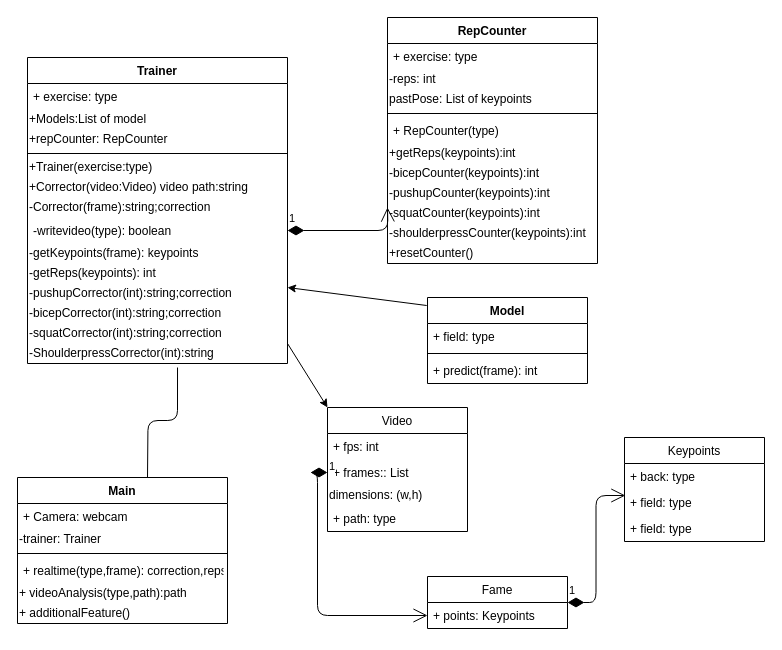
Earlier version of the draw.io diagram Untitled Diagram.drawio (JaviCamp-V/Homefitness-Ja). Source tidied: cells renumbered, new cells numbered last; positions are measured from the earlier drawing's top-left corner, leaving out a move shared by most shapes. Both pictures are drawn from the tidied source at 100%, with x=0, y=0 at pixel (17, 17).
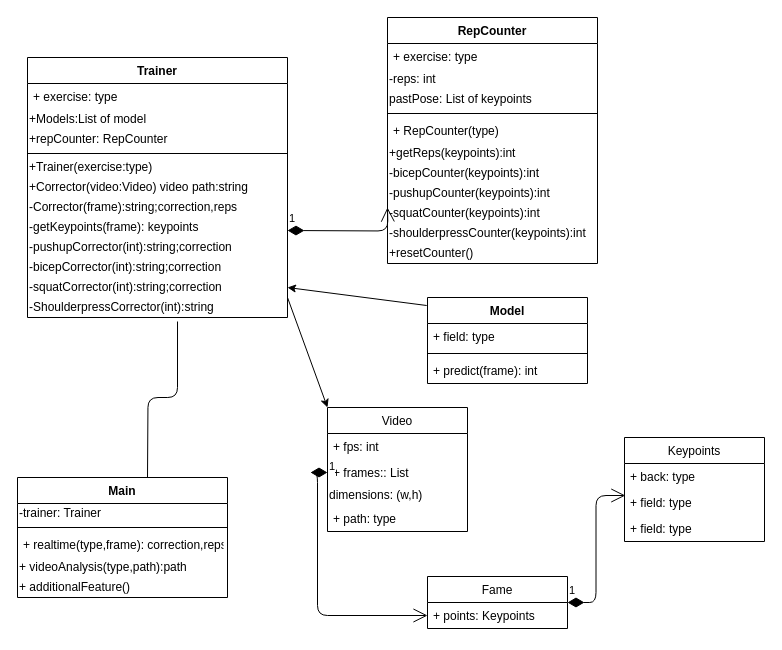
The same diagram, later.

Change to the diagram source:
```diff
@@
     <mxCell id="6" value="Trainer" style="swimlane;fontStyle=1;align=center;verticalAlign=top;horizontal=1;startSize=26;" parent="1" vertex="1">
-      <mxGeometry x="10" y="40" width="260" height="306" as="geometry" />
+      <mxGeometry x="10" y="40" width="260" height="260" as="geometry" />
     </mxCell>
@@
-    <mxCell id="13" value="-Corrector(frame):string;correction" style="text;html=1;strokeColor=none;fillColor=none;align=left;verticalAlign=middle;whiteSpace=wrap;rounded=0;" parent="6" vertex="1">
+    <mxCell id="13" value="-Corrector(frame):string;correction,reps" style="text;html=1;strokeColor=none;fillColor=none;align=left;verticalAlign=middle;whiteSpace=wrap;rounded=0;" parent="6" vertex="1">
       <mxGeometry y="140" width="260" height="20" as="geometry" />
     </mxCell>
-    <mxCell id="14" value="-writevideo(type): boolean&#10;" style="text;strokeColor=none;fillColor=none;align=left;verticalAlign=top;spacingLeft=4;spacingRight=4;overflow=hidden;points=[[0,0.5],[1,0.5]];portConstraint=eastwest;" parent="6" vertex="1">
-      <mxGeometry y="160" width="260" height="26" as="geometry" />
-    </mxCell>
     <mxCell id="15" value="-getKeypoints(frame): keypoints" style="text;html=1;strokeColor=none;fillColor=none;align=left;verticalAlign=middle;whiteSpace=wrap;rounded=0;" parent="6" vertex="1">
-      <mxGeometry y="186" width="260" height="20" as="geometry" />
+      <mxGeometry y="160" width="260" height="20" as="geometry" />
     </mxCell>
-    <mxCell id="16" value="-getReps(keypoints): int" style="text;html=1;strokeColor=none;fillColor=none;align=left;verticalAlign=middle;whiteSpace=wrap;rounded=0;" parent="6" vertex="1">
-      <mxGeometry y="206" width="260" height="20" as="geometry" />
-    </mxCell>
     <mxCell id="17" value="-pushupCorrector(int):string;correction" style="text;html=1;strokeColor=none;fillColor=none;align=left;verticalAlign=middle;whiteSpace=wrap;rounded=0;" parent="6" vertex="1">
-      <mxGeometry y="226" width="260" height="20" as="geometry" />
+      <mxGeometry y="180" width="260" height="20" as="geometry" />
     </mxCell>
     <mxCell id="18" value="-bicepCorrector(int):string;correction&amp;nbsp;" style="text;html=1;strokeColor=none;fillColor=none;align=left;verticalAlign=middle;whiteSpace=wrap;rounded=0;" parent="6" vertex="1">
-      <mxGeometry y="246" width="260" height="20" as="geometry" />
+      <mxGeometry y="200" width="260" height="20" as="geometry" />
     </mxCell>
     <mxCell id="19" value="&lt;span&gt;-squatCorrector(int):string;correction&amp;nbsp;&lt;/span&gt;" style="text;html=1;strokeColor=none;fillColor=none;align=left;verticalAlign=middle;whiteSpace=wrap;rounded=0;" parent="6" vertex="1">
-      <mxGeometry y="266" width="260" height="20" as="geometry" />
+      <mxGeometry y="220" width="260" height="20" as="geometry" />
     </mxCell>
     <mxCell id="20" value="-ShoulderpressCorrector(int):string" style="text;html=1;strokeColor=none;fillColor=none;align=left;verticalAlign=middle;whiteSpace=wrap;rounded=0;" parent="6" vertex="1">
-      <mxGeometry y="286" width="260" height="20" as="geometry" />
+      <mxGeometry y="240" width="260" height="20" as="geometry" />
     </mxCell>
@@
     <mxCell id="32" value="Main" style="swimlane;fontStyle=1;align=center;verticalAlign=top;horizontal=1;startSize=26;" parent="1" vertex="1">
-      <mxGeometry y="460" width="210" height="146" as="geometry" />
+      <mxGeometry y="460" width="210" height="120" as="geometry" />
     </mxCell>
-    <mxCell id="33" value="+ Camera: webcam" style="text;strokeColor=none;fillColor=none;align=left;verticalAlign=top;spacingLeft=4;spacingRight=4;overflow=hidden;" parent="32" vertex="1">
-      <mxGeometry y="26" width="210" height="26" as="geometry" />
-    </mxCell>
     <mxCell id="34" value="-trainer: Trainer" style="text;html=1;strokeColor=none;fillColor=none;align=left;verticalAlign=middle;whiteSpace=wrap;rounded=0;" parent="32" vertex="1">
-      <mxGeometry y="52" width="210" height="20" as="geometry" />
+      <mxGeometry y="26" width="210" height="20" as="geometry" />
     </mxCell>
     <mxCell id="35" style="line;strokeWidth=1;fillColor=none;align=left;verticalAlign=middle;spacingTop=-1;spacingLeft=3;spacingRight=3;labelPosition=right;" parent="32" vertex="1">
-      <mxGeometry y="72" width="210" height="8" as="geometry" />
+      <mxGeometry y="46" width="210" height="8" as="geometry" />
     </mxCell>
     <mxCell id="36" value="+ realtime(type,frame): correction,reps" style="text;strokeColor=none;fillColor=none;align=left;verticalAlign=top;spacingLeft=4;spacingRight=4;overflow=hidden;" parent="32" vertex="1">
-      <mxGeometry y="80" width="210" height="26" as="geometry" />
+      <mxGeometry y="54" width="210" height="26" as="geometry" />
     </mxCell>
     <mxCell id="37" value="+ videoAnalysis(type,path):path" style="text;html=1;strokeColor=none;fillColor=none;align=left;verticalAlign=middle;whiteSpace=wrap;rounded=0;" parent="32" vertex="1">
-      <mxGeometry y="106" width="210" height="20" as="geometry" />
+      <mxGeometry y="80" width="210" height="20" as="geometry" />
     </mxCell>
     <mxCell id="38" value="+ additionalFeature()" style="text;html=1;strokeColor=none;fillColor=none;align=left;verticalAlign=middle;whiteSpace=wrap;rounded=0;" parent="32" vertex="1">
-      <mxGeometry y="126" width="210" height="20" as="geometry" />
+      <mxGeometry y="100" width="210" height="20" as="geometry" />
     </mxCell>
@@
-    <mxCell id="52" value="1" style="endArrow=open;html=1;endSize=12;startArrow=diamondThin;startSize=14;startFill=1;edgeStyle=orthogonalEdgeStyle;align=left;verticalAlign=bottom;" parent="1" edge="1" source="14">
+    <mxCell id="52" value="1" style="endArrow=open;html=1;endSize=12;startArrow=diamondThin;startSize=14;startFill=1;edgeStyle=orthogonalEdgeStyle;align=left;verticalAlign=bottom;" parent="1" edge="1">
       <mxGeometry x="-1" y="3" relative="1" as="geometry">
+        <mxPoint x="270" y="213" as="sourcePoint" />
         <mxPoint x="370" y="190" as="targetPoint" />
       </mxGeometry>
     </mxCell>
```
